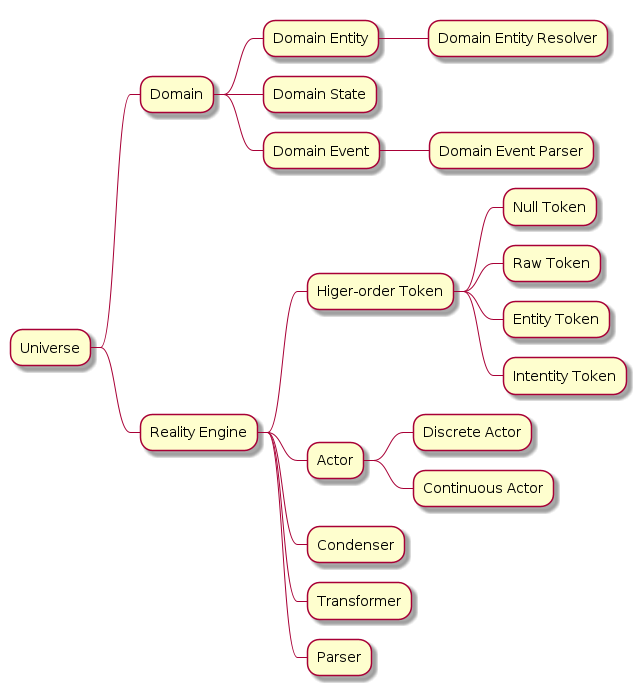
Above: docs/diagrams/out/concept-mind-map/concepts.png in SpaceKatt/condenser-nlp (PlantUML), before the change. Its diagram source:
```plantuml
@startmindmap concepts
* Universe

** Domain

*** Domain Entity
**** Domain Entity Resolver

*** Domain State

*** Domain Event
**** Domain Event Parser

** Reality Engine

*** Higer-order Token
**** Null Token
**** Raw Token
**** Entity Token
**** Intentity Token

*** Actor
**** Discrete Actor
**** Continuous Actor

*** Condenser
*** Transformer
*** Parser
@endmindmap
```
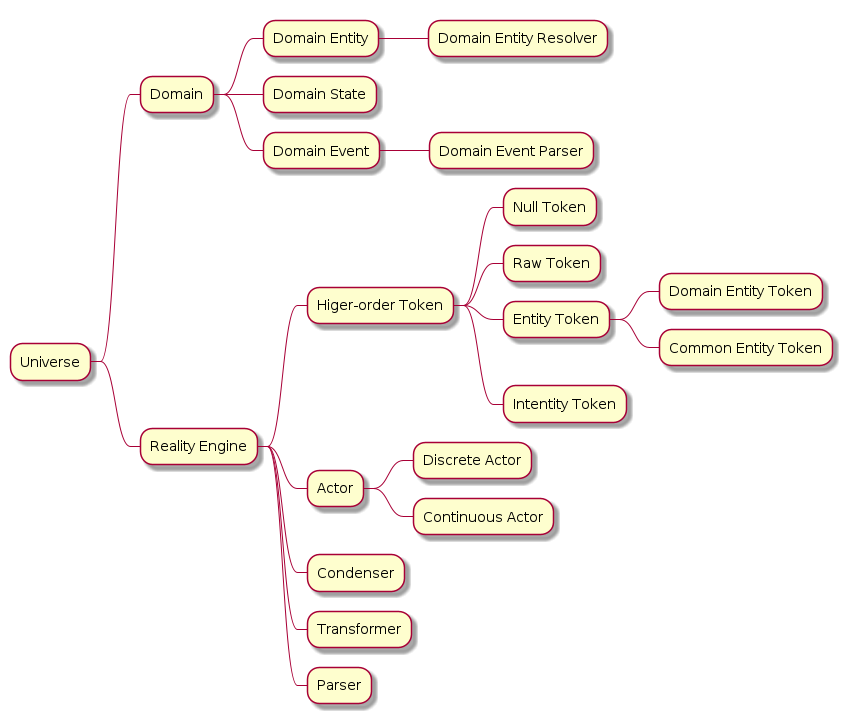
After the change.

Commit message:
update concept mind map

Change to the diagram source:
```diff
@@ -17,6 +17,8 @@
 **** Null Token
 **** Raw Token
 **** Entity Token
+***** Domain Entity Token
+***** Common Entity Token
 **** Intentity Token
 
 *** Actor
```
